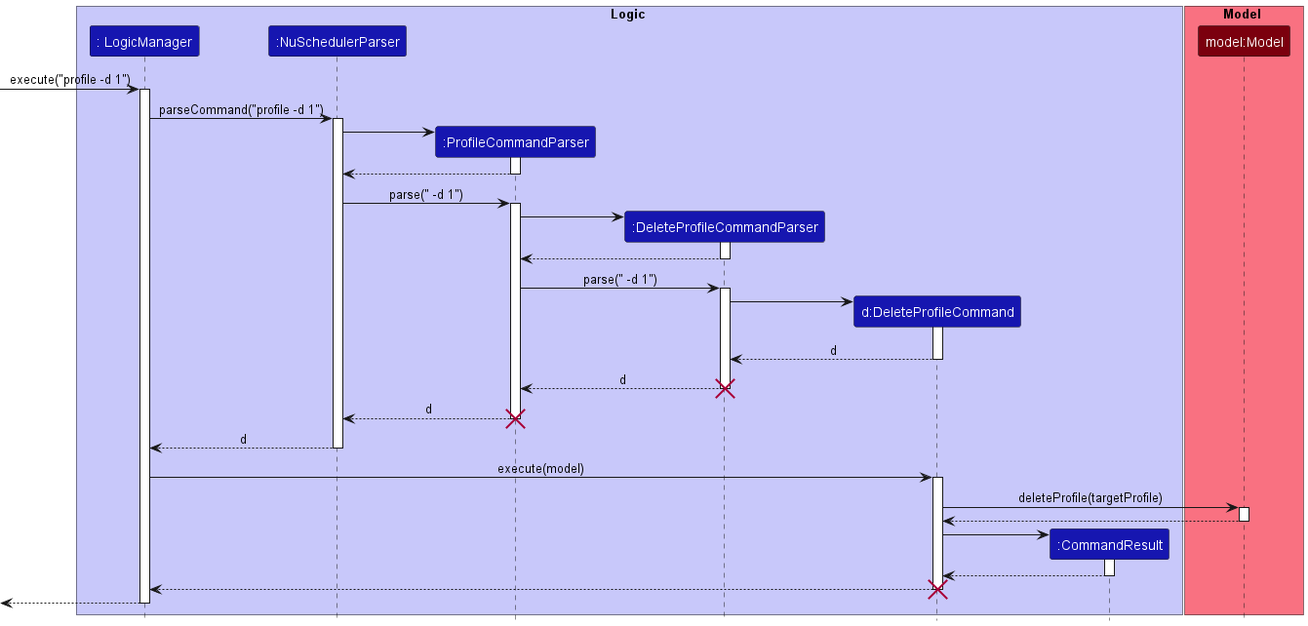
This is docs/images/commands/DeleteProfileCommandSequenceDiagram.png from nus-cs2103-AY2223S1/tp, a PlantUML export, as it was before one commit.
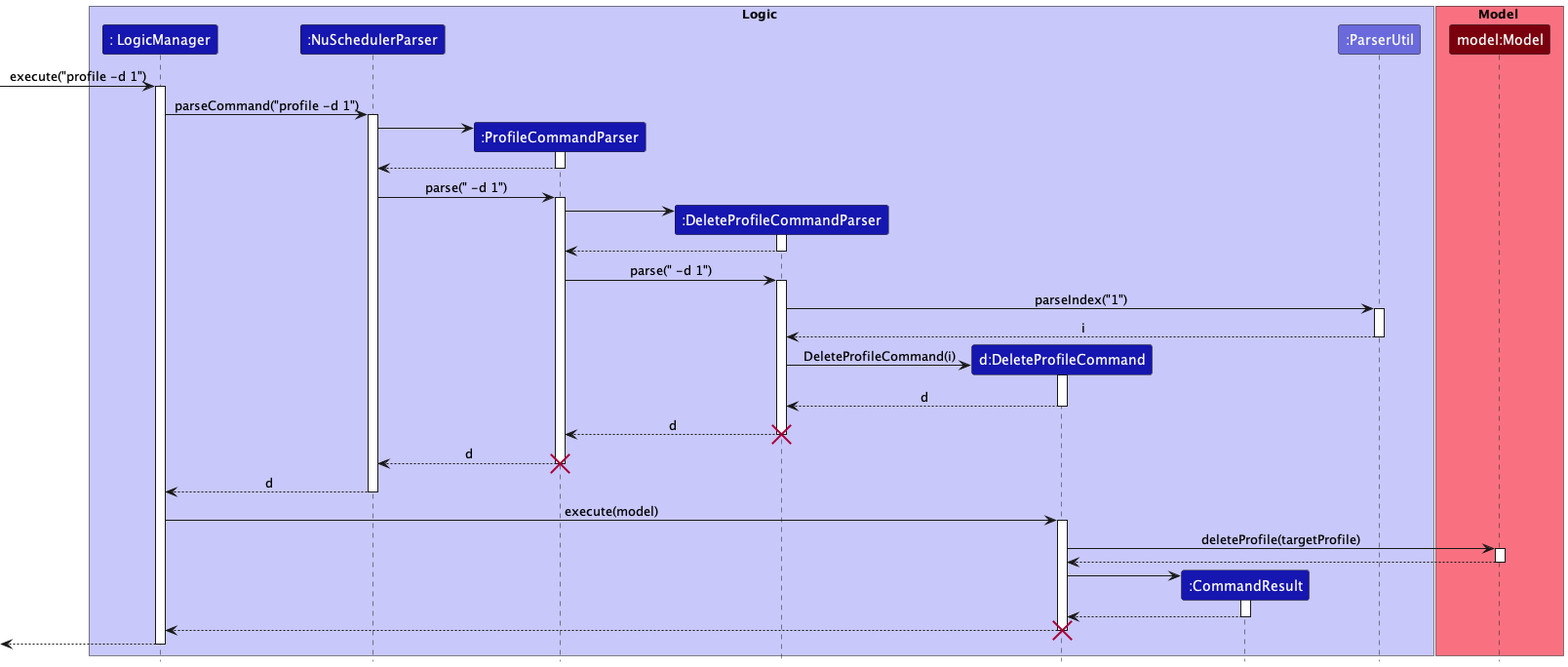
After the change.

Commit message:
Edit delete command implementation

What changed in the source:
```diff
@@ -8,6 +8,7 @@
 Participant ":DeleteProfileCommandParser" as deleteProfileCommandParser LOGIC_COLOR_T3
 Participant "d:DeleteProfileCommand" as deleteProfileCommand LOGIC_COLOR_T3
 Participant ":CommandResult" as commandResult LOGIC_COLOR_T3
+Participant ":ParserUtil" as parserUtil LOGIC_COLOR_T2
 endBox
 
 box Model MODEL_COLOR_T1
@@ -27,8 +28,11 @@
 return
 profileCommandParser -> deleteProfileCommandParser ++: parse(" -d 1")
 
+deleteProfileCommandParser -> parserUtil ++: parseIndex("1")
+return i
+
 create deleteProfileCommand
-deleteProfileCommandParser -> deleteProfileCommand ++
+deleteProfileCommandParser -> deleteProfileCommand ++: DeleteProfileCommand(i)
 return d
 return d
 destroy deleteProfileCommandParser
```
